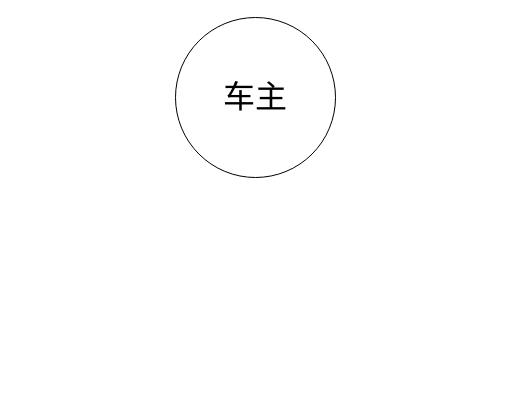
Before: 保驾行.drawio in layken/jinrirencai, a draw.io diagram. Source tidied: cells renumbered, new cells numbered last; positions are measured from the earlier drawing's top-left corner, leaving out a move shared by most shapes. Both pictures are drawn from the tidied source at 100%, with x=0, y=0 at pixel (175, 17).
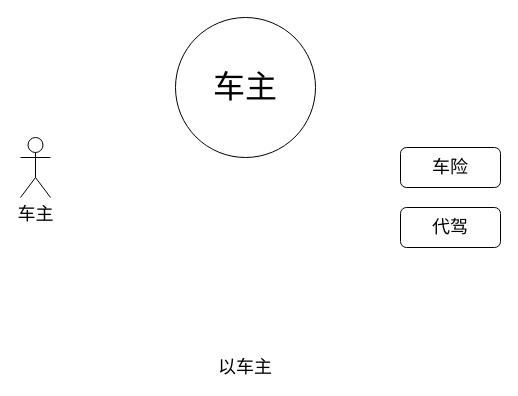
The same page after the edit.

Commit message (it also covers changes not shown here):
更新保驾行.drawio

What changed in the source:
```diff
@@
 <mxGraphModel>
   <root>
     <mxCell id="0" />
     <mxCell id="1" parent="0" />
     <mxCell id="2" value="车主" style="ellipse;whiteSpace=wrap;html=1;fontSize=32;" parent="1" vertex="1">
-      <mxGeometry width="160" height="160" as="geometry" />
+      <mxGeometry width="140" height="140" as="geometry" />
     </mxCell>
+    <mxCell id="3" value="车主" style="shape=umlActor;verticalLabelPosition=bottom;labelBackgroundColor=#ffffff;verticalAlign=top;html=1;fontSize=18;" parent="1" vertex="1">
+      <mxGeometry x="-155" y="120" width="30" height="60" as="geometry" />
+    </mxCell>
+    <mxCell id="4" value="车险" style="rounded=1;whiteSpace=wrap;html=1;fontSize=18;" parent="1" vertex="1">
+      <mxGeometry x="225" y="130" width="100" height="40" as="geometry" />
+    </mxCell>
+    <mxCell id="5" value="代驾" style="rounded=1;whiteSpace=wrap;html=1;fontSize=18;" parent="1" vertex="1">
+      <mxGeometry x="225" y="190" width="100" height="40" as="geometry" />
+    </mxCell>
+    <mxCell id="6" value="以车主" style="text;html=1;strokeColor=none;fillColor=none;align=center;verticalAlign=middle;whiteSpace=wrap;rounded=0;fontSize=18;" parent="1" vertex="1">
+      <mxGeometry x="-5" y="340" width="150" height="20" as="geometry" />
+    </mxCell>
   </root>
 </mxGraphModel>
```
